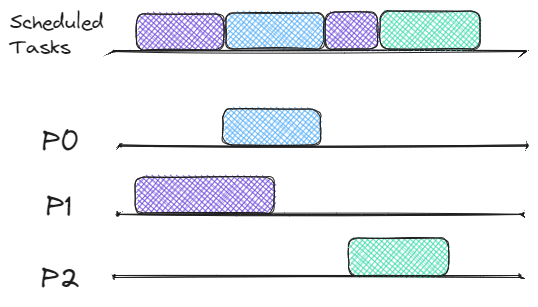
Earlier version of the Excalidraw export img/embedded-rust-async/preemptive.excalidraw.png (memfault/interrupt). Source tidied: one line per element, renumbered; positions are measured from the earlier drawing's top-left corner, leaving out a move shared by most shapes. Source of this version:
```json
{"id": 0, "type": "rectangle", "strokeColor": "#1e1e1e", "strokeWidth": 1, "roughness": 1, "round": true, "x": 110, "y": 135, "width": 408, "height": 1}
{"id": 1, "type": "rectangle", "strokeColor": "#1e1e1e", "strokeWidth": 1, "roughness": 1, "round": true, "x": 108, "y": 204, "width": 405, "height": 0}
{"id": 2, "type": "rectangle", "strokeColor": "#1e1e1e", "strokeWidth": 1, "roughness": 1, "round": true, "x": 104, "y": 266, "width": 407, "height": 2}
{"id": 3, "type": "text", "text": "P0", "strokeColor": "#1e1e1e", "strokeWidth": 1, "roughness": 1, "fontSize": 28, "fontFamily": 1, "x": 32, "y": 115, "width": 38, "height": 35}
{"id": 4, "type": "text", "text": "P1", "strokeColor": "#1e1e1e", "strokeWidth": 1, "roughness": 1, "fontSize": 28, "fontFamily": 1, "x": 36, "y": 180, "width": 26, "height": 35}
{"id": 5, "type": "text", "text": "P2", "strokeColor": "#1e1e1e", "strokeWidth": 1, "roughness": 1, "fontSize": 28, "fontFamily": 1, "x": 31, "y": 252, "width": 38, "height": 35}
{"id": 6, "type": "rectangle", "strokeColor": "#1e1e1e", "backgroundColor": "#6741d9", "fillStyle": "hachure", "strokeWidth": 1, "roughness": 1, "round": true, "x": 104, "y": 40, "width": 412, "height": 1}
{"id": 7, "type": "rectangle", "strokeColor": "#1e1e1e", "backgroundColor": "#6741d9", "fillStyle": "cross-hatch", "strokeWidth": 1, "roughness": 1, "round": true, "x": 125, "y": 167, "width": 139, "height": 36}
{"id": 8, "type": "rectangle", "strokeColor": "#1e1e1e", "backgroundColor": "#4dabf7", "fillStyle": "cross-hatch", "strokeWidth": 1, "roughness": 1, "round": true, "x": 212, "y": 99, "width": 98, "height": 36}
{"id": 9, "type": "rectangle", "strokeColor": "#1e1e1e", "backgroundColor": "#6741d9", "fillStyle": "cross-hatch", "strokeWidth": 1, "roughness": 1, "round": true, "x": 126, "y": 4, "width": 87, "height": 36}
{"id": 10, "type": "rectangle", "strokeColor": "#1e1e1e", "backgroundColor": "#4dabf7", "fillStyle": "cross-hatch", "strokeWidth": 1, "roughness": 1, "round": true, "x": 216, "y": 3, "width": 98, "height": 36}
{"id": 11, "type": "rectangle", "strokeColor": "#1e1e1e", "backgroundColor": "#6741d9", "fillStyle": "cross-hatch", "strokeWidth": 1, "roughness": 1, "round": true, "x": 316, "y": 2, "width": 52, "height": 37}
{"id": 12, "type": "rectangle", "strokeColor": "#1e1e1e", "backgroundColor": "#38d9a9", "fillStyle": "cross-hatch", "strokeWidth": 1, "roughness": 1, "round": true, "x": 338, "y": 228, "width": 100, "height": 38}
{"id": 13, "type": "rectangle", "strokeColor": "#1e1e1e", "backgroundColor": "#38d9a9", "fillStyle": "cross-hatch", "strokeWidth": 1, "roughness": 1, "round": true, "x": 370, "y": 1, "width": 100, "height": 38}
{"id": 14, "type": "text", "text": "Scheduled\nTasks", "strokeColor": "#1e1e1e", "backgroundColor": "#38d9a9", "fillStyle": "cross-hatch", "strokeWidth": 1, "roughness": 1, "fontSize": 20, "fontFamily": 1, "x": 0, "y": 0, "width": 93, "height": 50}
```
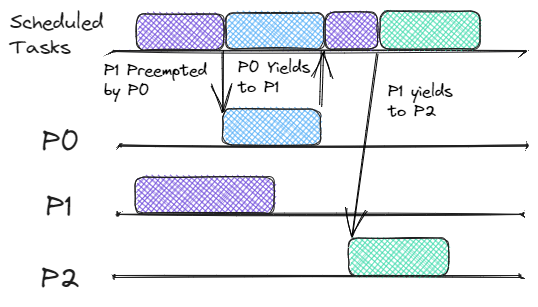
Above is the later version.

The edit, as a diff of the source:
```diff
@@ -1,9 +1,9 @@
 {"id": 0, "type": "rectangle", "strokeColor": "#1e1e1e", "strokeWidth": 1, "roughness": 1, "round": true, "x": 110, "y": 135, "width": 408, "height": 1}
 {"id": 1, "type": "rectangle", "strokeColor": "#1e1e1e", "strokeWidth": 1, "roughness": 1, "round": true, "x": 108, "y": 204, "width": 405, "height": 0}
 {"id": 2, "type": "rectangle", "strokeColor": "#1e1e1e", "strokeWidth": 1, "roughness": 1, "round": true, "x": 104, "y": 266, "width": 407, "height": 2}
-{"id": 3, "type": "text", "text": "P0", "strokeColor": "#1e1e1e", "strokeWidth": 1, "roughness": 1, "fontSize": 28, "fontFamily": 1, "x": 32, "y": 115, "width": 38, "height": 35}
+{"id": 3, "type": "text", "text": "P0", "strokeColor": "#1e1e1e", "strokeWidth": 1, "roughness": 1, "fontSize": 28, "fontFamily": 1, "x": 32, "y": 115, "width": 31, "height": 35}
-{"id": 4, "type": "text", "text": "P1", "strokeColor": "#1e1e1e", "strokeWidth": 1, "roughness": 1, "fontSize": 28, "fontFamily": 1, "x": 36, "y": 180, "width": 26, "height": 35}
+{"id": 4, "type": "text", "text": "P1", "strokeColor": "#1e1e1e", "strokeWidth": 1, "roughness": 1, "fontSize": 28, "fontFamily": 1, "x": 36, "y": 180, "width": 31, "height": 35}
-{"id": 5, "type": "text", "text": "P2", "strokeColor": "#1e1e1e", "strokeWidth": 1, "roughness": 1, "fontSize": 28, "fontFamily": 1, "x": 31, "y": 252, "width": 38, "height": 35}
+{"id": 5, "type": "text", "text": "P2", "strokeColor": "#1e1e1e", "strokeWidth": 1, "roughness": 1, "fontSize": 28, "fontFamily": 1, "x": 31, "y": 252, "width": 31, "height": 35}
 {"id": 6, "type": "rectangle", "strokeColor": "#1e1e1e", "backgroundColor": "#6741d9", "fillStyle": "hachure", "strokeWidth": 1, "roughness": 1, "round": true, "x": 104, "y": 40, "width": 412, "height": 1}
 {"id": 7, "type": "rectangle", "strokeColor": "#1e1e1e", "backgroundColor": "#6741d9", "fillStyle": "cross-hatch", "strokeWidth": 1, "roughness": 1, "round": true, "x": 125, "y": 167, "width": 139, "height": 36}
 {"id": 8, "type": "rectangle", "strokeColor": "#1e1e1e", "backgroundColor": "#4dabf7", "fillStyle": "cross-hatch", "strokeWidth": 1, "roughness": 1, "round": true, "x": 212, "y": 99, "width": 98, "height": 36}
@@ -12,4 +12,10 @@
 {"id": 11, "type": "rectangle", "strokeColor": "#1e1e1e", "backgroundColor": "#6741d9", "fillStyle": "cross-hatch", "strokeWidth": 1, "roughness": 1, "round": true, "x": 316, "y": 2, "width": 52, "height": 37}
 {"id": 12, "type": "rectangle", "strokeColor": "#1e1e1e", "backgroundColor": "#38d9a9", "fillStyle": "cross-hatch", "strokeWidth": 1, "roughness": 1, "round": true, "x": 338, "y": 228, "width": 100, "height": 38}
 {"id": 13, "type": "rectangle", "strokeColor": "#1e1e1e", "backgroundColor": "#38d9a9", "fillStyle": "cross-hatch", "strokeWidth": 1, "roughness": 1, "round": true, "x": 370, "y": 1, "width": 100, "height": 38}
-{"id": 14, "type": "text", "text": "Scheduled\nTasks", "strokeColor": "#1e1e1e", "backgroundColor": "#38d9a9", "fillStyle": "cross-hatch", "strokeWidth": 1, "roughness": 1, "fontSize": 20, "fontFamily": 1, "x": 0, "y": 0, "width": 93, "height": 50}
+{"id": 14, "type": "text", "text": "Scheduled\nTasks", "strokeColor": "#1e1e1e", "backgroundColor": "#38d9a9", "fillStyle": "cross-hatch", "strokeWidth": 1, "roughness": 1, "fontSize": 20, "fontFamily": 1, "x": 0, "y": 0, "width": 92, "height": 50}
+{"id": 15, "type": "arrow", "strokeColor": "#000000", "strokeWidth": 1, "roughness": 1, "endArrowhead": "arrow", "round": true, "from": 10, "to": 8, "x": 213, "y": 41, "width": 1, "height": 60, "points": [[0, 0], [-1, 60]]}
+{"id": 16, "type": "text", "text": "P1 Preempted \nby P0", "strokeColor": "#000000", "strokeWidth": 1, "roughness": 1, "fontSize": 16, "fontFamily": 1, "x": 94, "y": 51, "width": 111, "height": 40}
+{"id": 17, "type": "arrow", "strokeColor": "#000000", "strokeWidth": 1, "roughness": 1, "endArrowhead": "arrow", "round": true, "from": 8, "to": 11, "x": 310, "y": 96, "width": 2, "height": 56, "points": [[0, 0], [2, -56]]}
+{"id": 18, "type": "text", "text": "P0 Yields\nto P1", "strokeColor": "#000000", "strokeWidth": 1, "roughness": 1, "fontSize": 16, "fontFamily": 1, "x": 228, "y": 48, "width": 72, "height": 40}
+{"id": 19, "type": "arrow", "strokeColor": "#000000", "strokeWidth": 1, "roughness": 1, "endArrowhead": "arrow", "round": true, "from": 13, "to": 12, "x": 368, "y": 43, "width": 26, "height": 183, "points": [[0, 0], [-26, 183]]}
+{"id": 20, "type": "text", "text": "P1 yields\nto P2", "strokeColor": "#000000", "strokeWidth": 1, "roughness": 1, "fontSize": 16, "fontFamily": 1, "x": 378, "y": 72, "width": 65, "height": 40}
```
